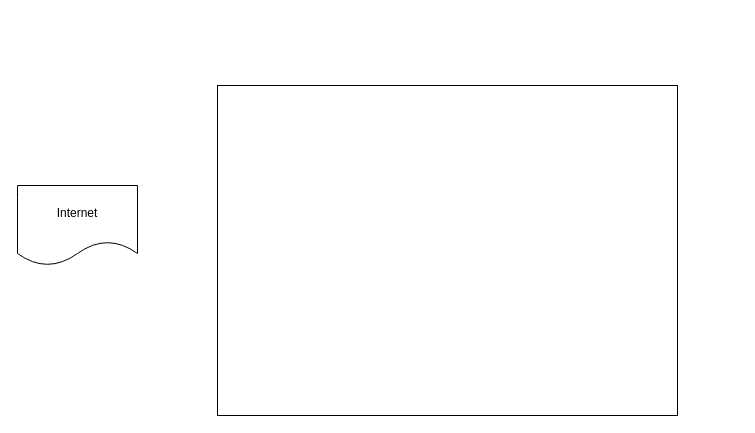
Earlier version of the draw.io diagram Agent Internal Arch.drawio (AceOfSpadeszzz/SENG696). Source tidied: cells renumbered, new cells numbered last; positions are measured from the earlier drawing's top-left corner, leaving out a move shared by most shapes. Both pictures are drawn from the tidied source at 100%, with x=0, y=0 at pixel (17, 85).
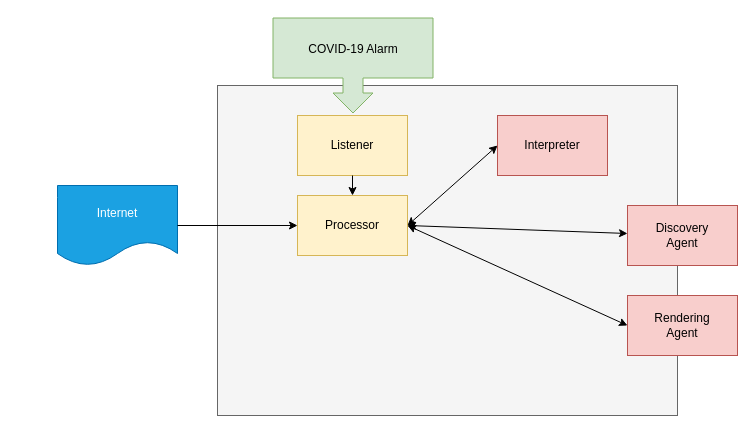
After the change.

The edit, as a diff of the source:
```diff
@@
 <mxGraphModel>
   <root>
     <mxCell id="0" />
     <mxCell id="1" parent="0" />
-    <mxCell id="2" value="Internet" style="shape=document;whiteSpace=wrap;html=1;boundedLbl=1;" parent="1" vertex="1">
-      <mxGeometry y="100" width="120" height="80" as="geometry" />
+    <mxCell id="2" value="Internet" style="shape=document;whiteSpace=wrap;html=1;boundedLbl=1;fillColor=#1ba1e2;strokeColor=#006EAF;fontColor=#ffffff;" parent="1" vertex="1">
+      <mxGeometry x="40" y="100" width="120" height="80" as="geometry" />
     </mxCell>
-    <mxCell id="3" style="rounded=0;whiteSpace=wrap;html=1;" parent="1" vertex="1">
+    <mxCell id="3" style="rounded=0;whiteSpace=wrap;html=1;fillColor=#f5f5f5;strokeColor=#666666;fontColor=#333333;" parent="1" vertex="1">
       <mxGeometry x="200" width="460" height="330" as="geometry" />
     </mxCell>
+    <mxCell id="4" value="Processor" style="rounded=0;whiteSpace=wrap;html=1;fillColor=#fff2cc;strokeColor=#d6b656;" parent="1" vertex="1">
+      <mxGeometry x="280" y="110" width="110" height="60" as="geometry" />
+    </mxCell>
+    <mxCell id="5" value="Listener" style="rounded=0;whiteSpace=wrap;html=1;fillColor=#fff2cc;strokeColor=#d6b656;" parent="1" vertex="1">
+      <mxGeometry x="280" y="30" width="110" height="60" as="geometry" />
+    </mxCell>
+    <mxCell id="6" style="endArrow=classic;html=1;exitX=1;exitY=0.5;exitDx=0;exitDy=0;entryX=0;entryY=0.5;entryDx=0;entryDy=0;" parent="1" edge="1" source="2" target="4">
+      <mxGeometry relative="1" as="geometry" />
+    </mxCell>
+    <mxCell id="7" style="endArrow=classic;html=1;exitX=0.5;exitY=1;exitDx=0;exitDy=0;" parent="1" edge="1" source="5" target="4">
+      <mxGeometry relative="1" as="geometry" />
+    </mxCell>
+    <mxCell id="8" style="html=1;shadow=0;dashed=0;align=center;verticalAlign=middle;shape=mxgraph.arrows2.calloutArrow;dy=10;dx=20;notch=60;arrowHead=10;rotation=90;fillColor=#d5e8d4;strokeColor=#82b366;" parent="1" vertex="1">
+      <mxGeometry x="288" y="-100" width="95" height="160" as="geometry" />
+    </mxCell>
+    <mxCell id="9" value="&lt;span&gt;&lt;span lang=&quot;EN-CA&quot; style=&quot;line-height: 107% ; font-family: &amp;#34;arial&amp;#34; , sans-serif ; color: black ; font-weight: normal&quot;&gt;&lt;font style=&quot;font-size: 12px&quot;&gt;COVID-19 Alarm &lt;/font&gt;&lt;/span&gt;&lt;/span&gt;" style="text;whiteSpace=wrap;html=1;fontStyle=1;align=center;" parent="1" vertex="1">
+      <mxGeometry x="240.5" y="-50" width="190" height="40" as="geometry" />
+    </mxCell>
+    <mxCell id="10" value="Interpreter" style="rounded=0;whiteSpace=wrap;html=1;fillColor=#f8cecc;strokeColor=#b85450;" parent="1" vertex="1">
+      <mxGeometry x="480" y="30" width="110" height="60" as="geometry" />
+    </mxCell>
+    <mxCell id="11" value="Discovery&lt;br&gt;Agent" style="rounded=0;whiteSpace=wrap;html=1;fillColor=#f8cecc;strokeColor=#b85450;" parent="1" vertex="1">
+      <mxGeometry x="610" y="120" width="110" height="60" as="geometry" />
+    </mxCell>
+    <mxCell id="12" value="Rendering&lt;br&gt;Agent" style="rounded=0;whiteSpace=wrap;html=1;fillColor=#f8cecc;strokeColor=#b85450;" parent="1" vertex="1">
+      <mxGeometry x="610" y="210" width="110" height="60" as="geometry" />
+    </mxCell>
+    <mxCell id="13" style="endArrow=classic;startArrow=classic;html=1;entryX=0;entryY=0.5;entryDx=0;entryDy=0;exitX=1;exitY=0.5;exitDx=0;exitDy=0;" parent="1" edge="1" source="4" target="10">
+      <mxGeometry relative="1" as="geometry" />
+    </mxCell>
+    <mxCell id="14" style="endArrow=classic;startArrow=classic;html=1;" parent="1" edge="1" target="11">
+      <mxGeometry relative="1" as="geometry">
+        <mxPoint x="390" y="140" as="sourcePoint" />
+      </mxGeometry>
+    </mxCell>
+    <mxCell id="15" style="endArrow=classic;startArrow=classic;html=1;entryX=0;entryY=0.5;entryDx=0;entryDy=0;exitX=1;exitY=0.5;exitDx=0;exitDy=0;" parent="1" edge="1" source="4" target="12">
+      <mxGeometry relative="1" as="geometry" />
+    </mxCell>
   </root>
 </mxGraphModel>
```
